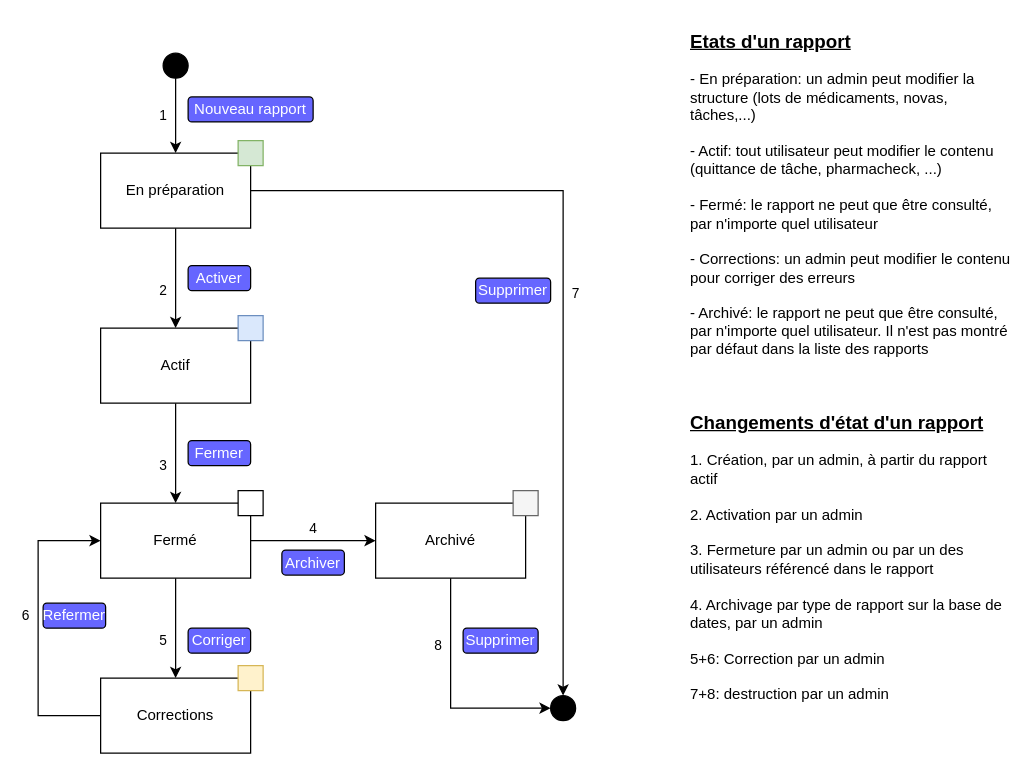
Above: doc/Etats des rapports.drawio in failloub5/CSUNVB (draw.io), before the change. Source tidied: cells renumbered, new cells numbered last; positions are measured from the earlier drawing's top-left corner, leaving out a move shared by most shapes. Both pictures are drawn from the tidied source at 125%, with x=0, y=0 at pixel (38, 21).
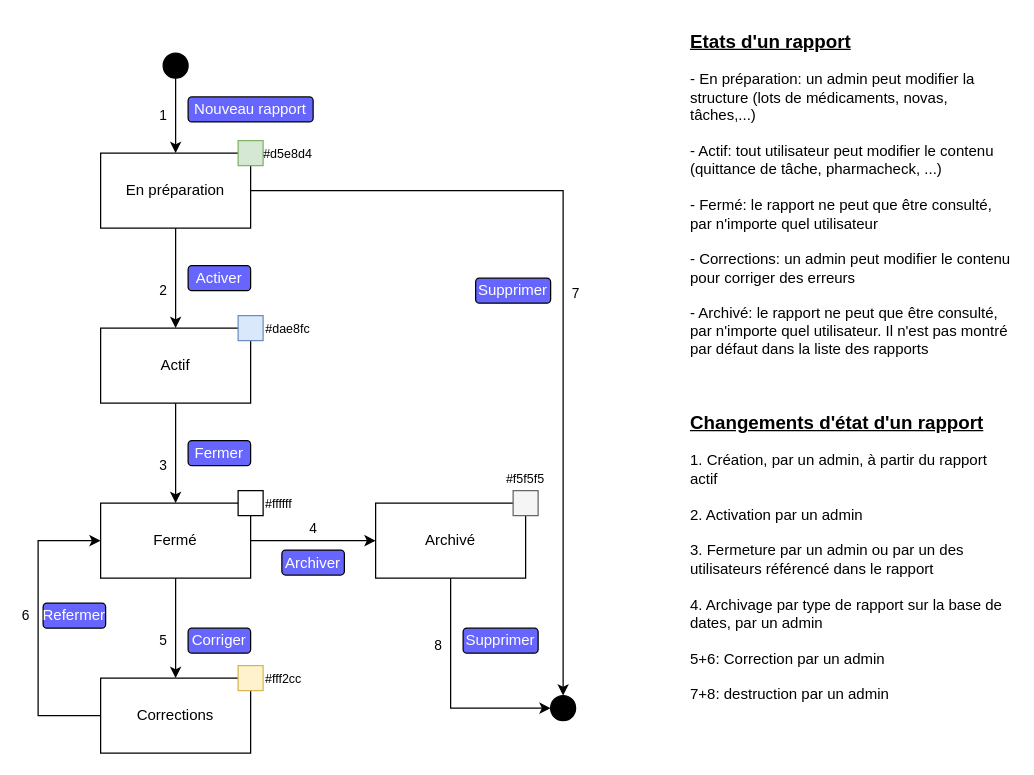
The same page after the edit.

Commit message (it also covers changes not shown here):
Show color codes on state diagram

Diff of the diagram source:
```diff
@@
+    <mxCell id="32" value="#d5e8d4" style="text;html=1;strokeColor=none;fillColor=none;align=center;verticalAlign=middle;whiteSpace=wrap;rounded=0;fontColor=#000000;fontSize=10;" parent="1" vertex="1">
+      <mxGeometry x="180" y="95" width="40" height="20" as="geometry" />
+    </mxCell>
+    <mxCell id="33" value="#dae8fc" style="text;html=1;strokeColor=none;fillColor=none;align=center;verticalAlign=middle;whiteSpace=wrap;rounded=0;fontColor=#000000;fontSize=10;" parent="1" vertex="1">
+      <mxGeometry x="180" y="235" width="40" height="20" as="geometry" />
+    </mxCell>
+    <mxCell id="34" value="#ffffff" style="text;html=1;strokeColor=none;fillColor=none;align=left;verticalAlign=middle;whiteSpace=wrap;rounded=0;fontColor=#000000;fontSize=10;" parent="1" vertex="1">
+      <mxGeometry x="180" y="375" width="40" height="20" as="geometry" />
+    </mxCell>
+    <mxCell id="35" value="#fff2cc" style="text;html=1;strokeColor=none;fillColor=none;align=left;verticalAlign=middle;whiteSpace=wrap;rounded=0;fontColor=#000000;fontSize=10;" parent="1" vertex="1">
+      <mxGeometry x="180" y="515" width="40" height="20" as="geometry" />
+    </mxCell>
+    <mxCell id="36" value="#f5f5f5" style="text;html=1;strokeColor=none;fillColor=none;align=center;verticalAlign=middle;whiteSpace=wrap;rounded=0;fontColor=#000000;fontSize=10;" parent="1" vertex="1">
+      <mxGeometry x="370" y="355" width="40" height="20" as="geometry" />
+    </mxCell>
```
